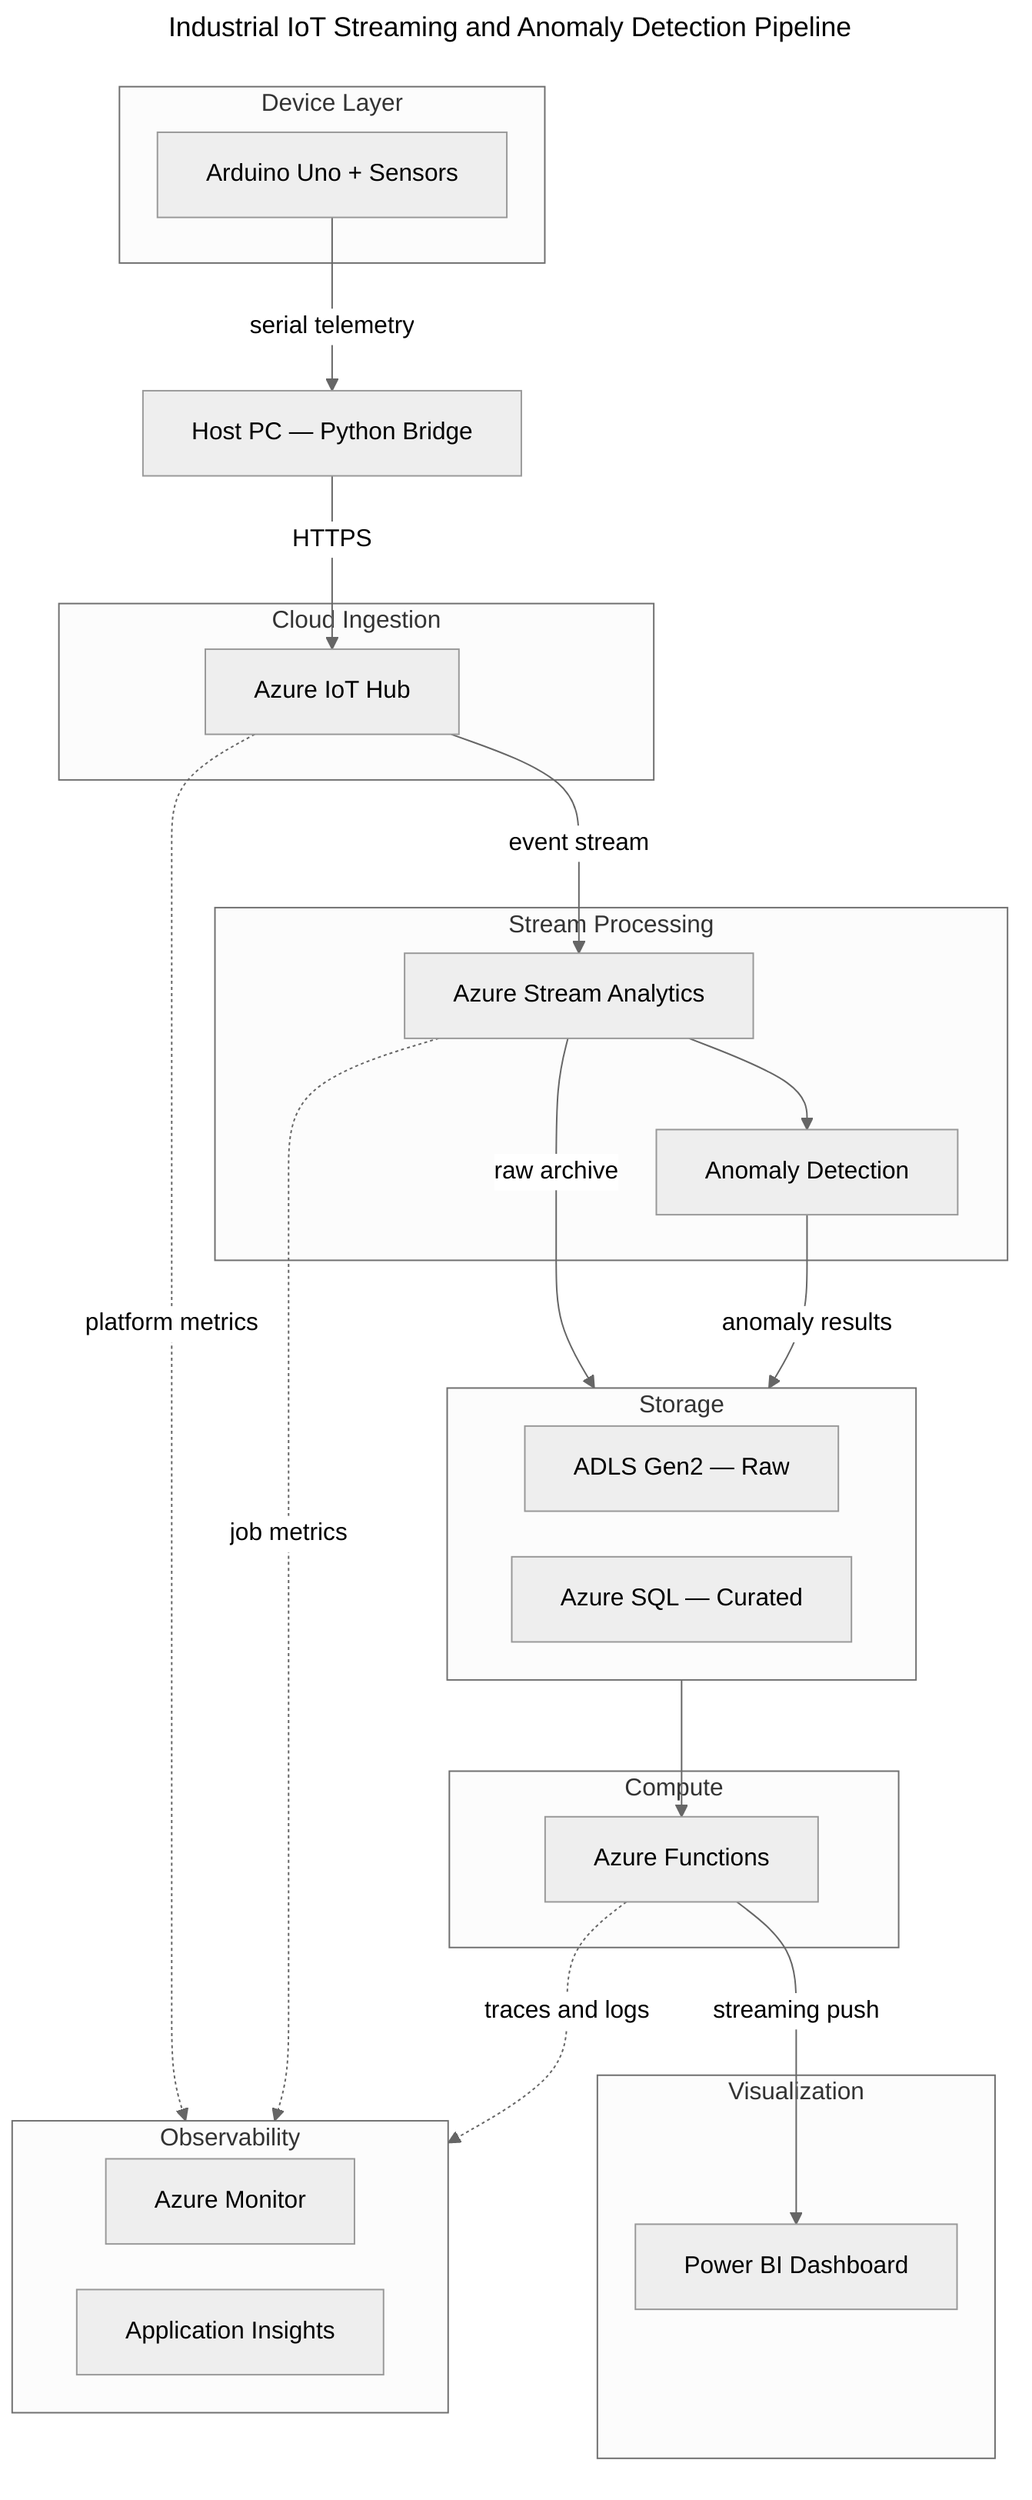
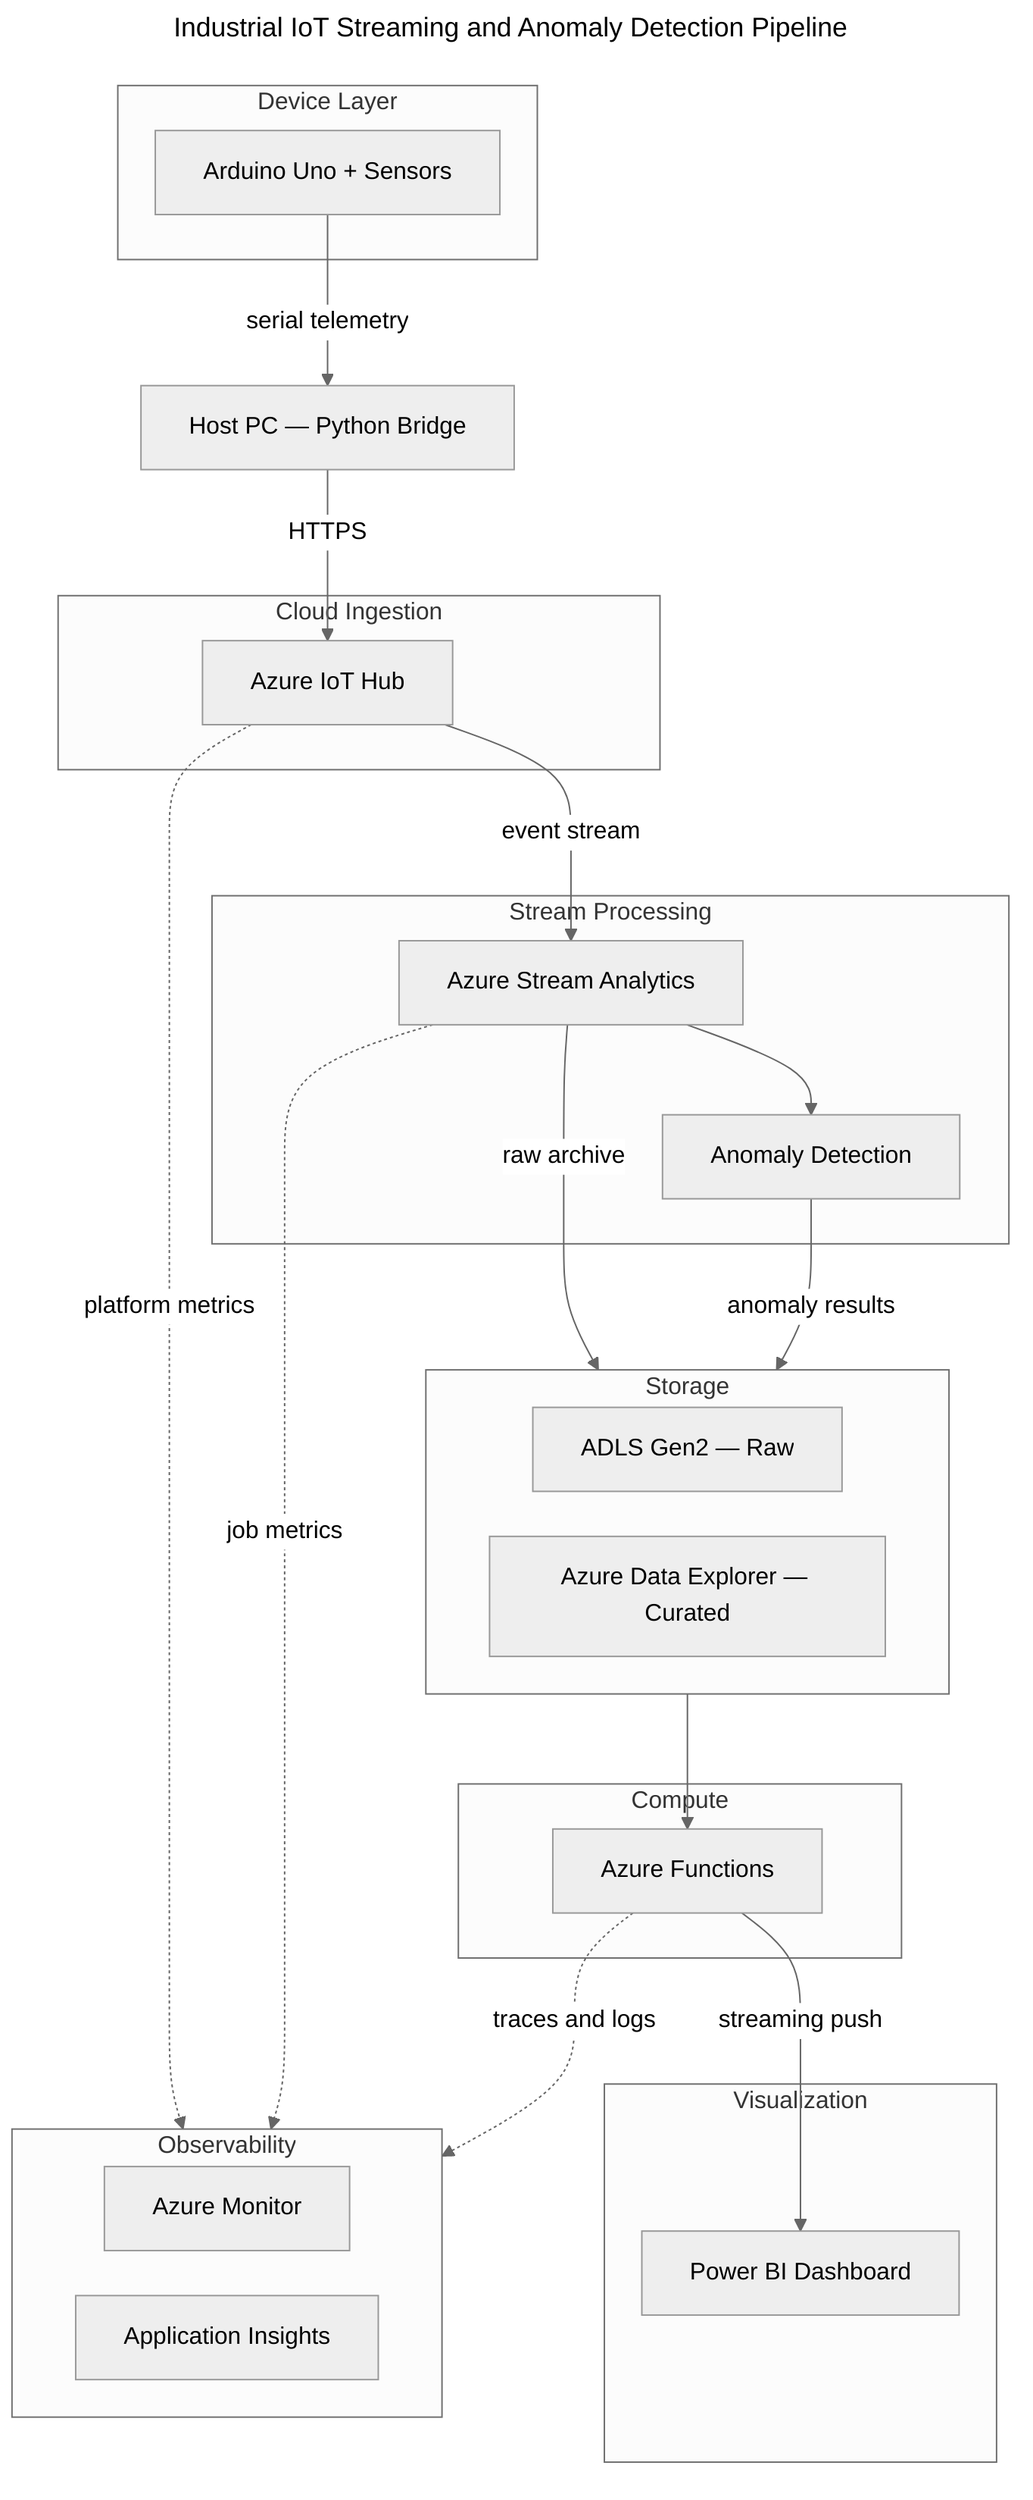
---
title: Industrial IoT Streaming and Anomaly Detection Pipeline
config:
  theme: neutral
  look: classic
  flowchart:
    nodeSpacing: 30
    rankSpacing: 60
    padding: 16
---
flowchart TD
  accTitle: End-to-end IoT pipeline architecture
  accDescr: Data flows from Arduino sensors through Azure IoT Hub, Stream Analytics, dual storage layers, Azure Functions, and into Power BI dashboards. Observability spans the full pipeline via Azure Monitor, Application Insights, and OpenTelemetry.

  subgraph Device [Device Layer]
    A[Arduino Uno + Sensors]
  end

  subgraph Ingestion [Cloud Ingestion]
    B[Azure IoT Hub]
  end

  subgraph Processing [Stream Processing]
    C[Azure Stream Analytics]
    C2[Anomaly Detection]
  end

  subgraph Storage [Storage]
    direction LR
    D1[ADLS Gen2 — Raw]
-     D2[Azure SQL — Curated]
+     D2[Azure Data Explorer — Curated]
  end

  subgraph Compute [Compute]
    E[Azure Functions]
  end

  subgraph Viz [Visualization]
    F[Power BI Dashboard]
  end

  subgraph Observability [Observability]
    direction LR
    G1[Azure Monitor]
    G2[Application Insights]
  end

  A -- serial telemetry --> PC[Host PC — Python Bridge]
  PC -- HTTPS --> B
  B -- event stream --> C
  C --> C2
  C -- raw archive --> D1
  C2 -- anomaly results --> D2
  D2 --> E
  E -- streaming push --> F

  B -. platform metrics .-> G1
  C -. job metrics .-> G1
  E -. traces and logs .-> G2
